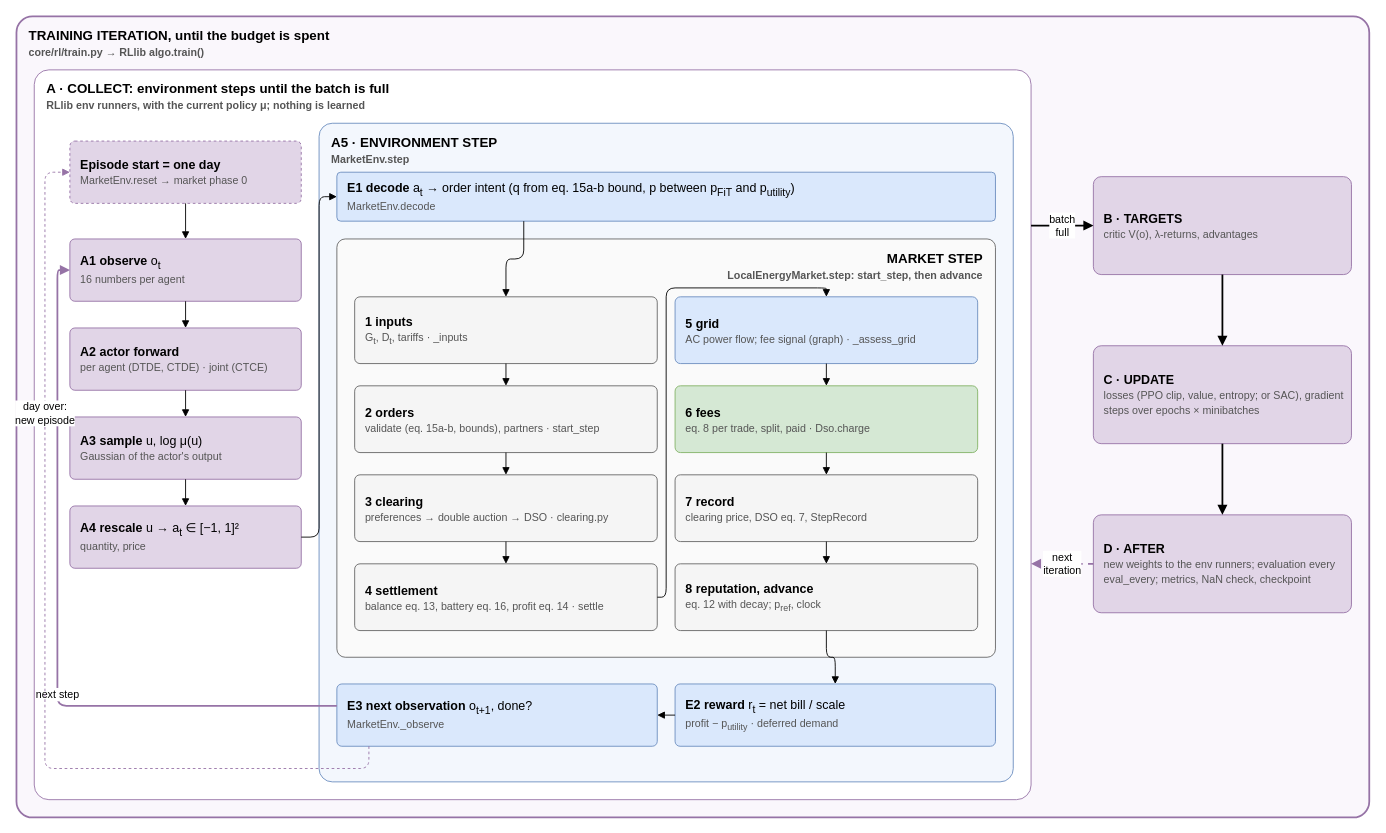
Before: docs/diagrams/full_cycle.drawio in KevinRapo/P2P-thesis, a draw.io diagram. Source tidied: cells renumbered, new cells numbered last; positions are measured from the earlier drawing's top-left corner, leaving out a move shared by most shapes. Both pictures are drawn from the tidied source at 89%, with x=0, y=0 at pixel (16, 16).
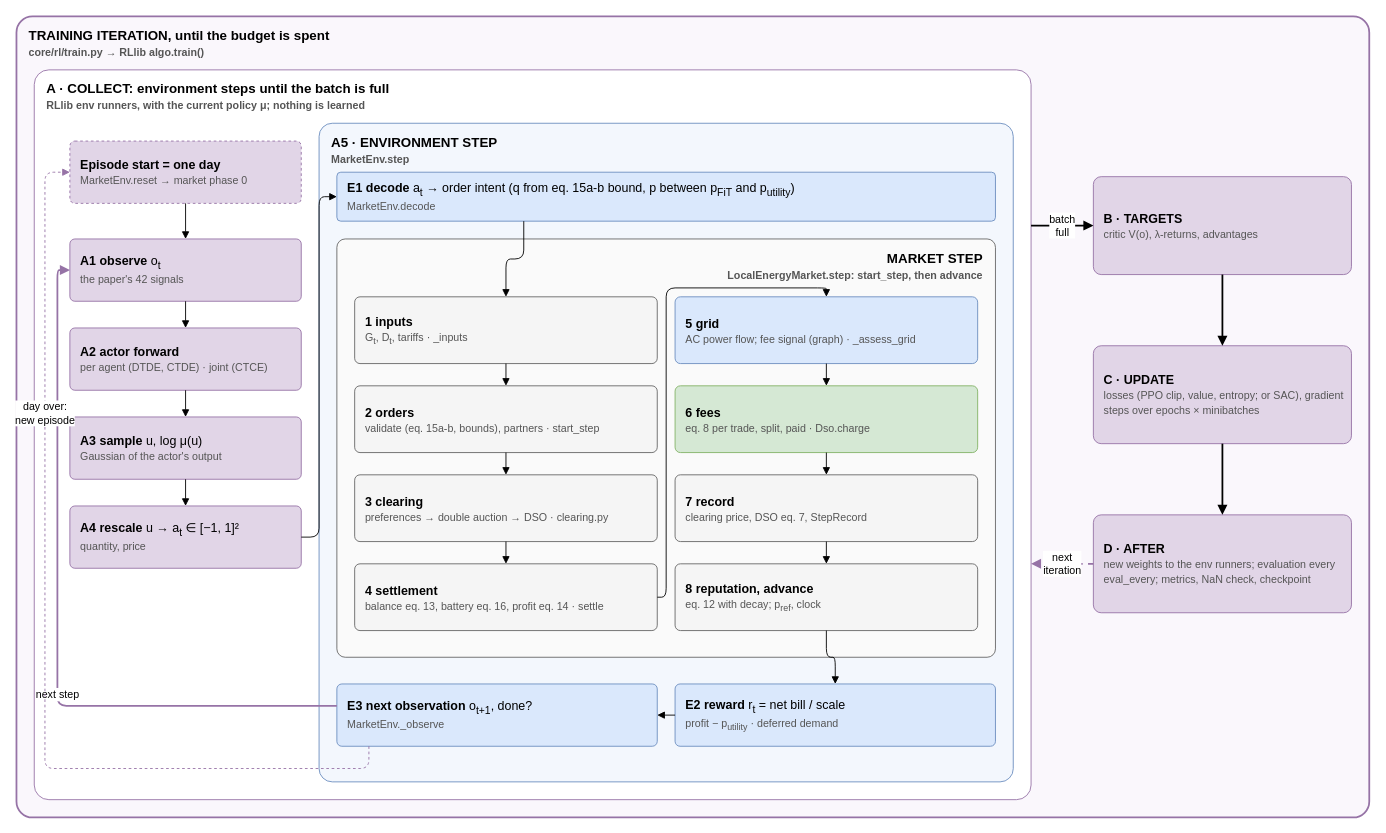
After the change.

Change to the diagram source:
```diff
@@
-    <mxCell id="7" value="&lt;b&gt;A1 observe&lt;/b&gt; o&lt;sub&gt;t&lt;/sub&gt;&lt;br&gt;&lt;font style=&quot;font-size:12px&quot; color=&quot;#555555&quot;&gt;16 numbers per agent&lt;/font&gt;" style="rounded=1;whiteSpace=wrap;html=1;fontSize=14;arcSize=8;align=left;verticalAlign=middle;spacingLeft=10;spacingRight=6;fillColor=#e1d5e7;strokeColor=#9673a6;" parent="1" vertex="1">
+    <mxCell id="7" value="&lt;b&gt;A1 observe&lt;/b&gt; o&lt;sub&gt;t&lt;/sub&gt;&lt;br&gt;&lt;font style=&quot;font-size:12px&quot; color=&quot;#555555&quot;&gt;the paper's 42 signals&lt;/font&gt;" style="rounded=1;whiteSpace=wrap;html=1;fontSize=14;arcSize=8;align=left;verticalAlign=middle;spacingLeft=10;spacingRight=6;fillColor=#e1d5e7;strokeColor=#9673a6;" parent="1" vertex="1">
       <mxGeometry x="60" y="250" width="260" height="70" as="geometry" />
     </mxCell>
```
